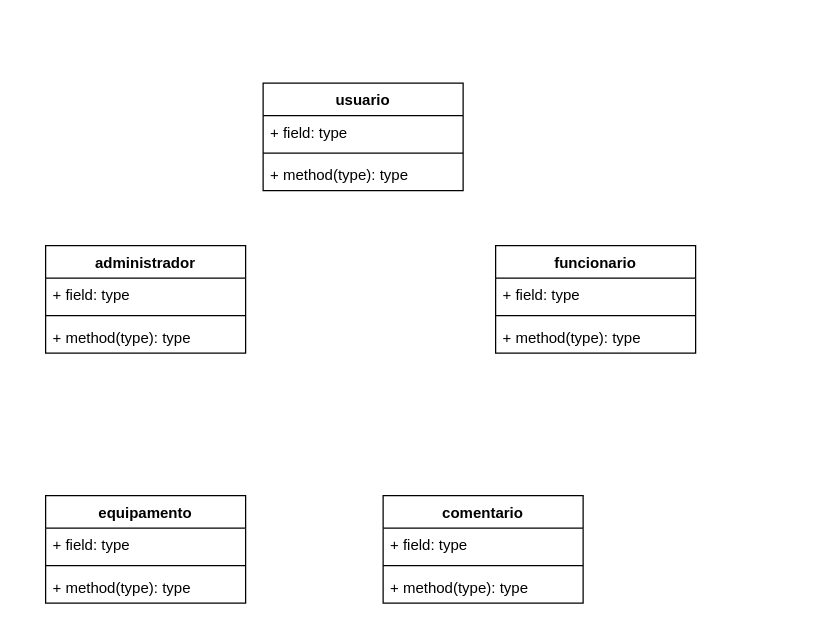
The draw.io diagram page "diagrama de classe" (2 of 2) of techman.drawio in Lucas-Araujo15/ProjetoBase, before the edit. Source tidied: cells renumbered, new cells numbered last; positions are measured from the earlier drawing's top-left corner, leaving out a move shared by most shapes. Both pictures are drawn from the tidied source at 125%, with x=0, y=0 at pixel (45, 82).
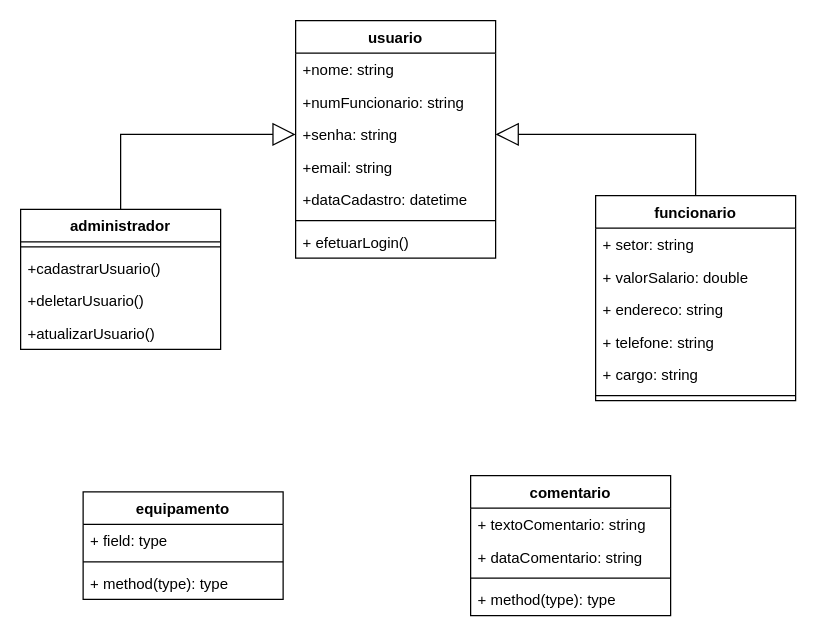
After the change.

Commit message:
Atualiza diagrama de classes

Change to the diagram source:
```diff
@@
     <mxCell id="2" value="usuario" style="swimlane;fontStyle=1;align=center;verticalAlign=top;horizontal=1;startSize=26;" parent="1" vertex="1">
-      <mxGeometry x="174" width="160" height="86" as="geometry" />
+      <mxGeometry x="200" y="-50" width="160" height="190" as="geometry" />
     </mxCell>
-    <mxCell id="3" value="+ field: type" style="text;strokeColor=none;fillColor=none;align=left;verticalAlign=top;spacingLeft=4;spacingRight=4;overflow=hidden;" parent="2" vertex="1">
+    <mxCell id="3" value="+nome: string" style="text;strokeColor=none;fillColor=none;align=left;verticalAlign=top;spacingLeft=4;spacingRight=4;overflow=hidden;" parent="2" vertex="1">
       <mxGeometry y="26" width="160" height="26" as="geometry" />
     </mxCell>
+    <mxCell id="22" value="+numFuncionario: string" style="text;strokeColor=none;fillColor=none;align=left;verticalAlign=top;spacingLeft=4;spacingRight=4;overflow=hidden;" parent="2" vertex="1">
+      <mxGeometry y="52" width="160" height="26" as="geometry" />
+    </mxCell>
+    <mxCell id="23" value="+senha: string" style="text;strokeColor=none;fillColor=none;align=left;verticalAlign=top;spacingLeft=4;spacingRight=4;overflow=hidden;points=[[0,0.5],[1,0.5]];portConstraint=eastwest;" parent="2" vertex="1">
+      <mxGeometry y="78" width="160" height="26" as="geometry" />
+    </mxCell>
+    <mxCell id="24" value="+email: string" style="text;strokeColor=none;fillColor=none;align=left;verticalAlign=top;spacingLeft=4;spacingRight=4;overflow=hidden;" parent="2" vertex="1">
+      <mxGeometry y="104" width="160" height="26" as="geometry" />
+    </mxCell>
+    <mxCell id="25" value="+dataCadastro: datetime" style="text;strokeColor=none;fillColor=none;align=left;verticalAlign=top;spacingLeft=4;spacingRight=4;overflow=hidden;" parent="2" vertex="1">
+      <mxGeometry y="130" width="160" height="26" as="geometry" />
+    </mxCell>
     <mxCell id="4" style="line;strokeWidth=1;fillColor=none;align=left;verticalAlign=middle;spacingTop=-1;spacingLeft=3;spacingRight=3;labelPosition=right;" parent="2" vertex="1">
-      <mxGeometry y="52" width="160" height="8" as="geometry" />
+      <mxGeometry y="156" width="160" height="8" as="geometry" />
     </mxCell>
-    <mxCell id="5" value="+ method(type): type" style="text;strokeColor=none;fillColor=none;align=left;verticalAlign=top;spacingLeft=4;spacingRight=4;overflow=hidden;" parent="2" vertex="1">
-      <mxGeometry y="60" width="160" height="26" as="geometry" />
+    <mxCell id="5" value="+ efetuarLogin()" style="text;strokeColor=none;fillColor=none;align=left;verticalAlign=top;spacingLeft=4;spacingRight=4;overflow=hidden;" parent="2" vertex="1">
+      <mxGeometry y="164" width="160" height="26" as="geometry" />
     </mxCell>
     <mxCell id="6" value="administrador" style="swimlane;fontStyle=1;align=center;verticalAlign=top;horizontal=1;startSize=26;" parent="1" vertex="1">
-      <mxGeometry y="130" width="160" height="86" as="geometry" />
+      <mxGeometry x="-20" y="101" width="160" height="112" as="geometry" />
     </mxCell>
-    <mxCell id="7" value="+ field: type" style="text;strokeColor=none;fillColor=none;align=left;verticalAlign=top;spacingLeft=4;spacingRight=4;overflow=hidden;" parent="6" vertex="1">
-      <mxGeometry y="26" width="160" height="26" as="geometry" />
-    </mxCell>
     <mxCell id="8" style="line;strokeWidth=1;fillColor=none;align=left;verticalAlign=middle;spacingTop=-1;spacingLeft=3;spacingRight=3;labelPosition=right;" parent="6" vertex="1">
-      <mxGeometry y="52" width="160" height="8" as="geometry" />
+      <mxGeometry y="26" width="160" height="8" as="geometry" />
     </mxCell>
-    <mxCell id="9" value="+ method(type): type" style="text;strokeColor=none;fillColor=none;align=left;verticalAlign=top;spacingLeft=4;spacingRight=4;overflow=hidden;" parent="6" vertex="1">
-      <mxGeometry y="60" width="160" height="26" as="geometry" />
+    <mxCell id="9" value="+cadastrarUsuario()" style="text;strokeColor=none;fillColor=none;align=left;verticalAlign=top;spacingLeft=4;spacingRight=4;overflow=hidden;" parent="6" vertex="1">
+      <mxGeometry y="34" width="160" height="26" as="geometry" />
     </mxCell>
+    <mxCell id="26" value="+deletarUsuario()" style="text;strokeColor=none;fillColor=none;align=left;verticalAlign=top;spacingLeft=4;spacingRight=4;overflow=hidden;" parent="6" vertex="1">
+      <mxGeometry y="60" width="160" height="26" as="geometry" />
+    </mxCell>
+    <mxCell id="27" value="+atualizarUsuario()" style="text;strokeColor=none;fillColor=none;align=left;verticalAlign=top;spacingLeft=4;spacingRight=4;overflow=hidden;" parent="6" vertex="1">
+      <mxGeometry y="86" width="160" height="26" as="geometry" />
+    </mxCell>
     <mxCell id="10" value="funcionario" style="swimlane;fontStyle=1;align=center;verticalAlign=top;horizontal=1;startSize=26;" parent="1" vertex="1">
-      <mxGeometry x="360" y="130" width="160" height="86" as="geometry" />
+      <mxGeometry x="440" y="90" width="160" height="164" as="geometry" />
     </mxCell>
-    <mxCell id="11" value="+ field: type" style="text;strokeColor=none;fillColor=none;align=left;verticalAlign=top;spacingLeft=4;spacingRight=4;overflow=hidden;" parent="10" vertex="1">
+    <mxCell id="11" value="+ setor: string" style="text;strokeColor=none;fillColor=none;align=left;verticalAlign=top;spacingLeft=4;spacingRight=4;overflow=hidden;" parent="10" vertex="1">
       <mxGeometry y="26" width="160" height="26" as="geometry" />
     </mxCell>
+    <mxCell id="28" value="+ valorSalario: double" style="text;strokeColor=none;fillColor=none;align=left;verticalAlign=top;spacingLeft=4;spacingRight=4;overflow=hidden;" parent="10" vertex="1">
+      <mxGeometry y="52" width="160" height="26" as="geometry" />
+    </mxCell>
+    <mxCell id="29" value="+ endereco: string" style="text;strokeColor=none;fillColor=none;align=left;verticalAlign=top;spacingLeft=4;spacingRight=4;overflow=hidden;" parent="10" vertex="1">
+      <mxGeometry y="78" width="160" height="26" as="geometry" />
+    </mxCell>
+    <mxCell id="30" value="+ telefone: string" style="text;strokeColor=none;fillColor=none;align=left;verticalAlign=top;spacingLeft=4;spacingRight=4;overflow=hidden;" parent="10" vertex="1">
+      <mxGeometry y="104" width="160" height="26" as="geometry" />
+    </mxCell>
+    <mxCell id="31" value="+ cargo: string" style="text;strokeColor=none;fillColor=none;align=left;verticalAlign=top;spacingLeft=4;spacingRight=4;overflow=hidden;" parent="10" vertex="1">
+      <mxGeometry y="130" width="160" height="26" as="geometry" />
+    </mxCell>
     <mxCell id="12" style="line;strokeWidth=1;fillColor=none;align=left;verticalAlign=middle;spacingTop=-1;spacingLeft=3;spacingRight=3;labelPosition=right;" parent="10" vertex="1">
-      <mxGeometry y="52" width="160" height="8" as="geometry" />
+      <mxGeometry y="156" width="160" height="8" as="geometry" />
     </mxCell>
-    <mxCell id="13" value="+ method(type): type" style="text;strokeColor=none;fillColor=none;align=left;verticalAlign=top;spacingLeft=4;spacingRight=4;overflow=hidden;" parent="10" vertex="1">
-      <mxGeometry y="60" width="160" height="26" as="geometry" />
-    </mxCell>
     <mxCell id="14" value="equipamento" style="swimlane;fontStyle=1;align=center;verticalAlign=top;horizontal=1;startSize=26;" parent="1" vertex="1">
-      <mxGeometry y="330" width="160" height="86" as="geometry" />
+      <mxGeometry x="30" y="327" width="160" height="86" as="geometry" />
     </mxCell>
@@
     <mxCell id="18" value="comentario" style="swimlane;fontStyle=1;align=center;verticalAlign=top;horizontal=1;startSize=26;" parent="1" vertex="1">
-      <mxGeometry x="270" y="330" width="160" height="86" as="geometry" />
+      <mxGeometry x="340" y="314" width="160" height="112" as="geometry" />
     </mxCell>
-    <mxCell id="19" value="+ field: type" style="text;strokeColor=none;fillColor=none;align=left;verticalAlign=top;spacingLeft=4;spacingRight=4;overflow=hidden;" parent="18" vertex="1">
+    <mxCell id="19" value="+ textoComentario: string" style="text;strokeColor=none;fillColor=none;align=left;verticalAlign=top;spacingLeft=4;spacingRight=4;overflow=hidden;" parent="18" vertex="1">
       <mxGeometry y="26" width="160" height="26" as="geometry" />
     </mxCell>
+    <mxCell id="32" value="+ dataComentario: string" style="text;strokeColor=none;fillColor=none;align=left;verticalAlign=top;spacingLeft=4;spacingRight=4;overflow=hidden;" parent="18" vertex="1">
+      <mxGeometry y="52" width="160" height="26" as="geometry" />
+    </mxCell>
     <mxCell id="20" style="line;strokeWidth=1;fillColor=none;align=left;verticalAlign=middle;spacingTop=-1;spacingLeft=3;spacingRight=3;labelPosition=right;" parent="18" vertex="1">
-      <mxGeometry y="52" width="160" height="8" as="geometry" />
+      <mxGeometry y="78" width="160" height="8" as="geometry" />
     </mxCell>
     <mxCell id="21" value="+ method(type): type" style="text;strokeColor=none;fillColor=none;align=left;verticalAlign=top;spacingLeft=4;spacingRight=4;overflow=hidden;" parent="18" vertex="1">
-      <mxGeometry y="60" width="160" height="26" as="geometry" />
+      <mxGeometry y="86" width="160" height="26" as="geometry" />
     </mxCell>
+    <mxCell id="33" style="endArrow=none;html=1;rounded=0;startSize=16;sourcePerimeterSpacing=6;exitX=0;exitY=0.5;exitDx=0;exitDy=0;entryX=0.5;entryY=0;entryDx=0;entryDy=0;edgeStyle=orthogonalEdgeStyle;startArrow=block;startFill=0;" parent="1" edge="1" source="23" target="6">
+      <mxGeometry relative="1" as="geometry" />
+    </mxCell>
+    <mxCell id="34" style="endArrow=none;html=1;rounded=0;startSize=16;sourcePerimeterSpacing=6;exitX=1;exitY=0.5;exitDx=0;exitDy=0;entryX=0.5;entryY=0;entryDx=0;entryDy=0;edgeStyle=orthogonalEdgeStyle;startArrow=block;startFill=0;" parent="1" edge="1" source="23" target="10">
+      <mxGeometry relative="1" as="geometry" />
+    </mxCell>
```
